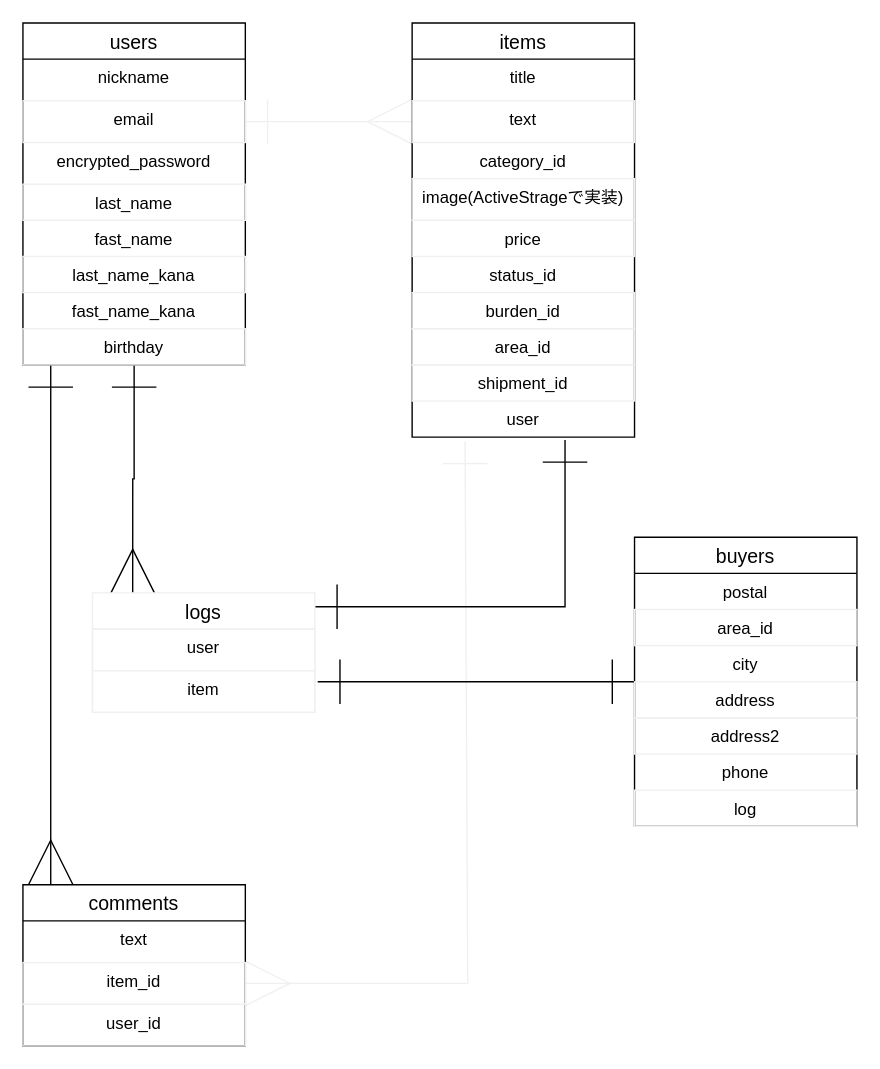
This is furima.dio from tk-i/furima-33847, a draw.io file, before an edit. Source tidied: cells renumbered, new cells numbered last; positions are measured from the earlier drawing's top-left corner, leaving out a move shared by most shapes. Both pictures are drawn from the tidied source at 139%, with x=0, y=0 at pixel (22, 22).
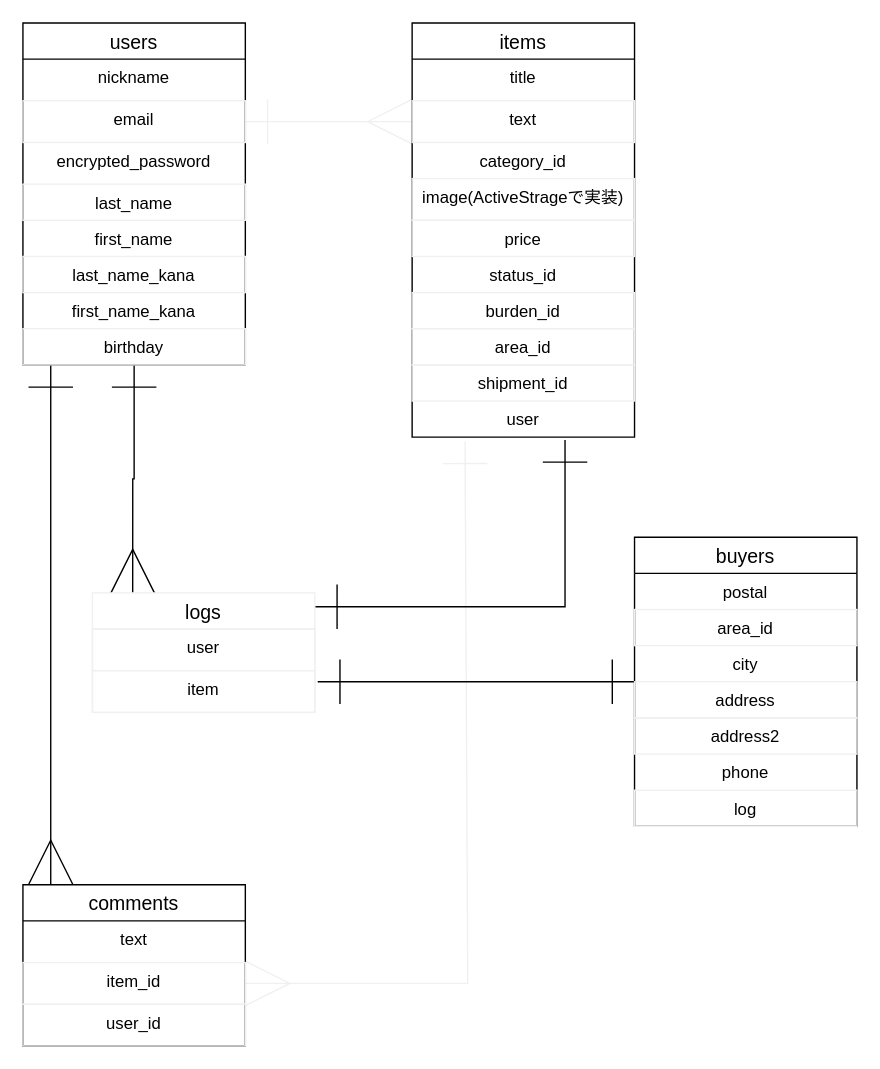
The same diagram, later.

Unchanged cells that the change refers to:
```xml
<mxCell id="5" value="users" style="swimlane;fontStyle=0;horizontal=1;startSize=26;align=center;fontSize=14;" parent="1" vertex="1">
  <mxGeometry width="160" height="246" as="geometry" />
</mxCell>
```

What changed in the source:
```diff
@@
-    <mxCell id="10" value="fast_name" style="text;strokeColor=none;fillColor=none;align=center;verticalAlign=top;spacingLeft=4;spacingRight=4;overflow=hidden;" parent="5" vertex="1">
+    <mxCell id="10" value="first_name" style="text;strokeColor=none;fillColor=none;align=center;verticalAlign=top;spacingLeft=4;spacingRight=4;overflow=hidden;" parent="5" vertex="1">
       <mxGeometry y="142" width="160" height="26" as="geometry" />
     </mxCell>
@@
-    <mxCell id="12" value="fast_name_kana" style="text;strokeColor=none;fillColor=none;align=center;verticalAlign=top;spacingLeft=4;spacingRight=4;overflow=hidden;" parent="5" vertex="1">
+    <mxCell id="12" value="first_name_kana" style="text;strokeColor=none;fillColor=none;align=center;verticalAlign=top;spacingLeft=4;spacingRight=4;overflow=hidden;" parent="5" vertex="1">
       <mxGeometry y="194" width="160" height="26" as="geometry" />
     </mxCell>
```
